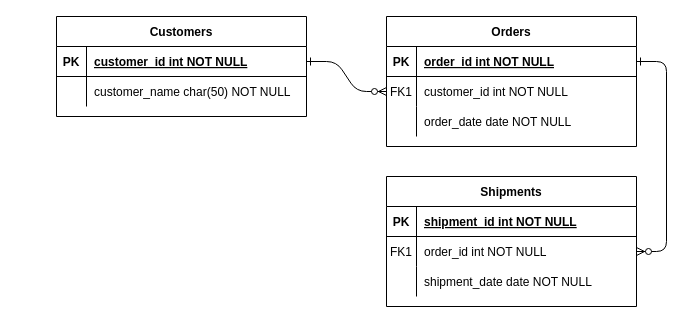
Above: ReChargeApiDocs/Untitled Diagram.drawio in alexrsunrise/diagrams (draw.io), before the change. Source tidied: cells renumbered, new cells numbered last; positions are measured from the earlier drawing's top-left corner, leaving out a move shared by most shapes. Both pictures are drawn from the tidied source at 100%, with x=0, y=0 at pixel (56, 16).
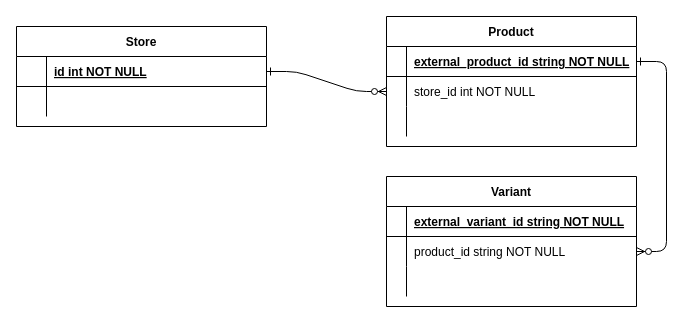
The same diagram, later.

The change refers to these unchanged cells:
```xml
<mxCell id="5" style="shape=partialRectangle;fillColor=none;points=[[0,0.5],[1,0.5]];portConstraint=eastwest;top=0;left=0;right=0;bottom=1;" parent="4" vertex="1">
  <mxGeometry y="30" width="250" height="30" as="geometry" />
</mxCell>
<mxCell id="8" style="shape=partialRectangle;fillColor=none;points=[[0,0.5],[1,0.5]];portConstraint=eastwest;top=0;left=0;right=0;bottom=0;" parent="4" vertex="1">
  <mxGeometry y="60" width="250" height="30" as="geometry" />
</mxCell>
<mxCell id="11" style="shape=partialRectangle;fillColor=none;top=0;left=0;right=0;bottom=0;" parent="4" vertex="1">
  <mxGeometry y="90" width="250" height="30" as="geometry" />
</mxCell>
<mxCell id="15" style="shape=partialRectangle;fillColor=none;top=0;left=0;right=0;bottom=1;" parent="14" vertex="1">
  <mxGeometry y="30" width="250" height="30" as="geometry" />
</mxCell>
<mxCell id="18" style="shape=partialRectangle;fillColor=none;points=[[0,0.5],[1,0.5]];portConstraint=eastwest;top=0;left=0;right=0;bottom=0;" parent="14" vertex="1">
  <mxGeometry y="60" width="250" height="30" as="geometry" />
</mxCell>
<mxCell id="21" style="shape=partialRectangle;fillColor=none;top=0;left=0;right=0;bottom=0;" parent="14" vertex="1">
  <mxGeometry y="90" width="250" height="30" as="geometry" />
</mxCell>
<mxCell id="25" style="shape=partialRectangle;fillColor=none;points=[[0,0.5],[1,0.5]];portConstraint=eastwest;top=0;left=0;right=0;bottom=1;" parent="24" vertex="1">
  <mxGeometry y="30" width="250" height="30" as="geometry" />
</mxCell>
<mxCell id="28" style="shape=partialRectangle;fillColor=none;top=0;left=0;right=0;bottom=0;" parent="24" vertex="1">
  <mxGeometry y="60" width="250" height="30" as="geometry" />
</mxCell>
```

Change to the diagram source:
```diff
@@
-    <mxCell id="4" value="Orders" style="shape=table;startSize=30;childLayout=tableLayout;rowLines=0;fontStyle=1;align=center;" parent="1" vertex="1">
+    <mxCell id="4" value="Product" style="shape=table;startSize=30;childLayout=tableLayout;rowLines=0;fontStyle=1;align=center;" parent="1" vertex="1">
       <mxGeometry x="330" width="250" height="130" as="geometry" />
     </mxCell>
@@
-    <mxCell id="6" value="PK" style="shape=partialRectangle;overflow=hidden;fillColor=none;top=0;left=0;bottom=0;right=0;fontStyle=1;" parent="5" vertex="1">
-      <mxGeometry width="30" height="30" as="geometry" />
+    <mxCell id="6" style="shape=partialRectangle;overflow=hidden;fillColor=none;top=0;left=0;bottom=0;right=0;fontStyle=1;" parent="5" vertex="1">
+      <mxGeometry width="20" height="30" as="geometry" />
     </mxCell>
-    <mxCell id="7" value="order_id int NOT NULL " style="shape=partialRectangle;overflow=hidden;fillColor=none;top=0;left=0;bottom=0;right=0;align=left;spacingLeft=6;fontStyle=5;" parent="5" vertex="1">
-      <mxGeometry x="30" width="220" height="30" as="geometry" />
+    <mxCell id="7" value="external_product_id string NOT NULL " style="shape=partialRectangle;overflow=hidden;fillColor=none;top=0;left=0;bottom=0;right=0;align=left;spacingLeft=6;fontStyle=5;" parent="5" vertex="1">
+      <mxGeometry x="20" width="230" height="30" as="geometry" />
     </mxCell>
@@
-    <mxCell id="9" value="FK1" style="shape=partialRectangle;overflow=hidden;fillColor=none;top=0;left=0;bottom=0;right=0;" parent="8" vertex="1">
-      <mxGeometry width="30" height="30" as="geometry" />
+    <mxCell id="9" style="shape=partialRectangle;overflow=hidden;fillColor=none;top=0;left=0;bottom=0;right=0;" parent="8" vertex="1">
+      <mxGeometry width="20" height="30" as="geometry" />
     </mxCell>
-    <mxCell id="10" value="customer_id int NOT NULL" style="shape=partialRectangle;overflow=hidden;fillColor=none;top=0;left=0;bottom=0;right=0;align=left;spacingLeft=6;" parent="8" vertex="1">
-      <mxGeometry x="30" width="220" height="30" as="geometry" />
+    <mxCell id="10" value="store_id int NOT NULL" style="shape=partialRectangle;overflow=hidden;fillColor=none;top=0;left=0;bottom=0;right=0;align=left;spacingLeft=6;" parent="8" vertex="1">
+      <mxGeometry x="20" width="230" height="30" as="geometry" />
     </mxCell>
@@
     <mxCell id="12" style="shape=partialRectangle;overflow=hidden;fillColor=none;top=0;left=0;bottom=0;right=0;" parent="11" vertex="1">
-      <mxGeometry width="30" height="30" as="geometry" />
+      <mxGeometry width="20" height="30" as="geometry" />
     </mxCell>
-    <mxCell id="13" value="order_date date NOT NULL" style="shape=partialRectangle;overflow=hidden;fillColor=none;top=0;left=0;bottom=0;right=0;align=left;spacingLeft=6;" parent="11" vertex="1">
-      <mxGeometry x="30" width="220" height="30" as="geometry" />
+    <mxCell id="13" style="shape=partialRectangle;overflow=hidden;fillColor=none;top=0;left=0;bottom=0;right=0;align=left;spacingLeft=6;" parent="11" vertex="1">
+      <mxGeometry x="20" width="230" height="30" as="geometry" />
     </mxCell>
-    <mxCell id="14" value="Shipments" style="shape=table;startSize=30;childLayout=tableLayout;rowLines=0;fontStyle=1;align=center;" parent="1" vertex="1">
+    <mxCell id="14" value="Variant" style="shape=table;startSize=30;childLayout=tableLayout;rowLines=0;fontStyle=1;align=center;" parent="1" vertex="1">
       <mxGeometry x="330" y="160" width="250" height="130" as="geometry" />
     </mxCell>
@@
-    <mxCell id="16" value="PK" style="shape=partialRectangle;overflow=hidden;fillColor=none;top=0;left=0;bottom=0;right=0;fontStyle=1;" parent="15" vertex="1">
-      <mxGeometry width="30" height="30" as="geometry" />
+    <mxCell id="16" style="shape=partialRectangle;overflow=hidden;fillColor=none;top=0;left=0;bottom=0;right=0;fontStyle=1;" parent="15" vertex="1">
+      <mxGeometry width="20" height="30" as="geometry" />
     </mxCell>
-    <mxCell id="17" value="shipment_id int NOT NULL " style="shape=partialRectangle;overflow=hidden;fillColor=none;top=0;left=0;bottom=0;right=0;align=left;spacingLeft=6;fontStyle=5;" parent="15" vertex="1">
-      <mxGeometry x="30" width="220" height="30" as="geometry" />
+    <mxCell id="17" value="external_variant_id string NOT NULL " style="shape=partialRectangle;overflow=hidden;fillColor=none;top=0;left=0;bottom=0;right=0;align=left;spacingLeft=6;fontStyle=5;" parent="15" vertex="1">
+      <mxGeometry x="20" width="230" height="30" as="geometry" />
     </mxCell>
@@
-    <mxCell id="19" value="FK1" style="shape=partialRectangle;overflow=hidden;fillColor=none;top=0;left=0;bottom=0;right=0;" parent="18" vertex="1">
-      <mxGeometry width="30" height="30" as="geometry" />
+    <mxCell id="19" style="shape=partialRectangle;overflow=hidden;fillColor=none;top=0;left=0;bottom=0;right=0;" parent="18" vertex="1">
+      <mxGeometry width="20" height="30" as="geometry" />
     </mxCell>
-    <mxCell id="20" value="order_id int NOT NULL" style="shape=partialRectangle;overflow=hidden;fillColor=none;top=0;left=0;bottom=0;right=0;align=left;spacingLeft=6;" parent="18" vertex="1">
-      <mxGeometry x="30" width="220" height="30" as="geometry" />
+    <mxCell id="20" value="product_id string NOT NULL" style="shape=partialRectangle;overflow=hidden;fillColor=none;top=0;left=0;bottom=0;right=0;align=left;spacingLeft=6;" parent="18" vertex="1">
+      <mxGeometry x="20" width="230" height="30" as="geometry" />
     </mxCell>
@@
     <mxCell id="22" style="shape=partialRectangle;overflow=hidden;fillColor=none;top=0;left=0;bottom=0;right=0;" parent="21" vertex="1">
-      <mxGeometry width="30" height="30" as="geometry" />
+      <mxGeometry width="20" height="30" as="geometry" />
     </mxCell>
-    <mxCell id="23" value="shipment_date date NOT NULL" style="shape=partialRectangle;overflow=hidden;fillColor=none;top=0;left=0;bottom=0;right=0;align=left;spacingLeft=6;" parent="21" vertex="1">
-      <mxGeometry x="30" width="220" height="30" as="geometry" />
+    <mxCell id="23" style="shape=partialRectangle;overflow=hidden;fillColor=none;top=0;left=0;bottom=0;right=0;align=left;spacingLeft=6;" parent="21" vertex="1">
+      <mxGeometry x="20" width="230" height="30" as="geometry" />
     </mxCell>
-    <mxCell id="24" value="Customers" style="shape=table;startSize=30;childLayout=tableLayout;rowLines=0;fontStyle=1;align=center;" parent="1" vertex="1">
-      <mxGeometry width="250" height="100" as="geometry" />
+    <mxCell id="24" value="Store" style="shape=table;startSize=30;childLayout=tableLayout;rowLines=0;fontStyle=1;align=center;" parent="1" vertex="1">
+      <mxGeometry x="-40" y="10" width="250" height="100" as="geometry" />
     </mxCell>
@@
-    <mxCell id="26" value="PK" style="shape=partialRectangle;overflow=hidden;fillColor=none;top=0;left=0;bottom=0;right=0;fontStyle=1;" parent="25" vertex="1">
+    <mxCell id="26" style="shape=partialRectangle;overflow=hidden;fillColor=none;top=0;left=0;bottom=0;right=0;fontStyle=1;" parent="25" vertex="1">
       <mxGeometry width="30" height="30" as="geometry" />
     </mxCell>
-    <mxCell id="27" value="customer_id int NOT NULL " style="shape=partialRectangle;overflow=hidden;fillColor=none;top=0;left=0;bottom=0;right=0;align=left;spacingLeft=6;fontStyle=5;" parent="25" vertex="1">
+    <mxCell id="27" value="id int NOT NULL " style="shape=partialRectangle;overflow=hidden;fillColor=none;top=0;left=0;bottom=0;right=0;align=left;spacingLeft=6;fontStyle=5;" parent="25" vertex="1">
       <mxGeometry x="30" width="220" height="30" as="geometry" />
     </mxCell>
@@
-    <mxCell id="30" value="customer_name char(50) NOT NULL" style="shape=partialRectangle;overflow=hidden;fillColor=none;top=0;left=0;bottom=0;right=0;align=left;spacingLeft=6;" parent="28" vertex="1">
+    <mxCell id="30" style="shape=partialRectangle;overflow=hidden;fillColor=none;top=0;left=0;bottom=0;right=0;align=left;spacingLeft=6;" parent="28" vertex="1">
       <mxGeometry x="30" width="220" height="30" as="geometry" />
     </mxCell>
```
